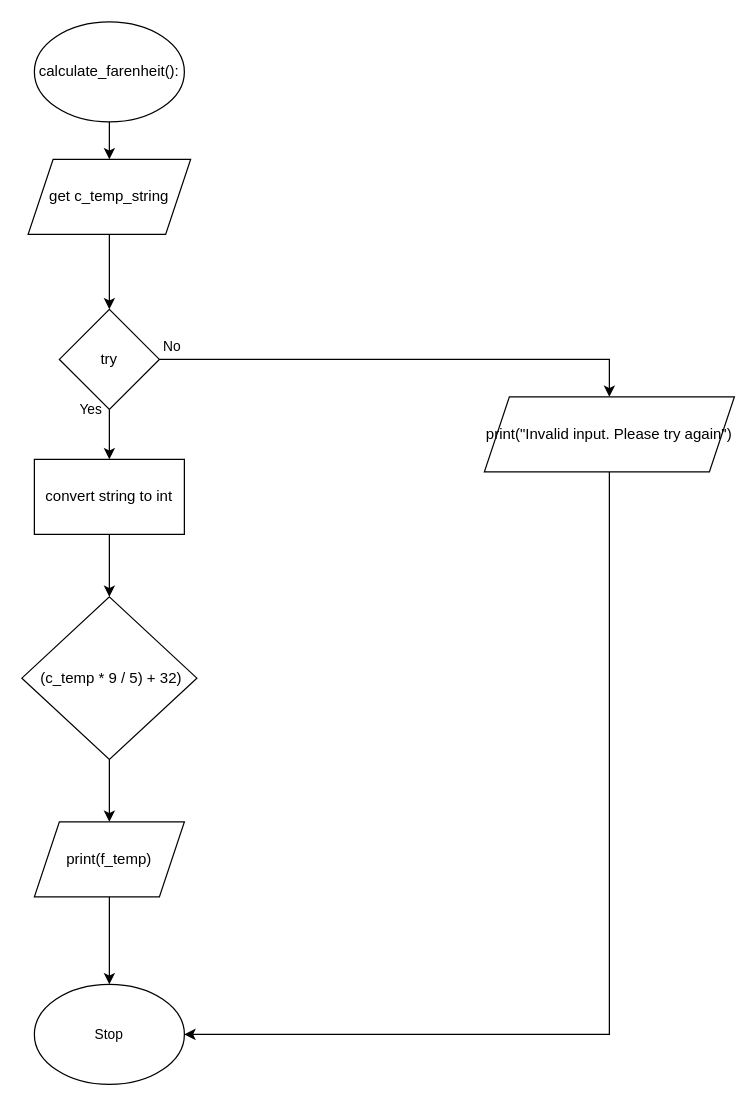
This is flowchart.drawio from Aleksandr-Ten/ICS3U-Unit5-02-Python, a draw.io file, before an edit. Source tidied: cells renumbered, new cells numbered last; positions are measured from the earlier drawing's top-left corner, leaving out a move shared by most shapes. Both pictures are drawn from the tidied source at 125%, with x=0, y=0 at pixel (21, 21).
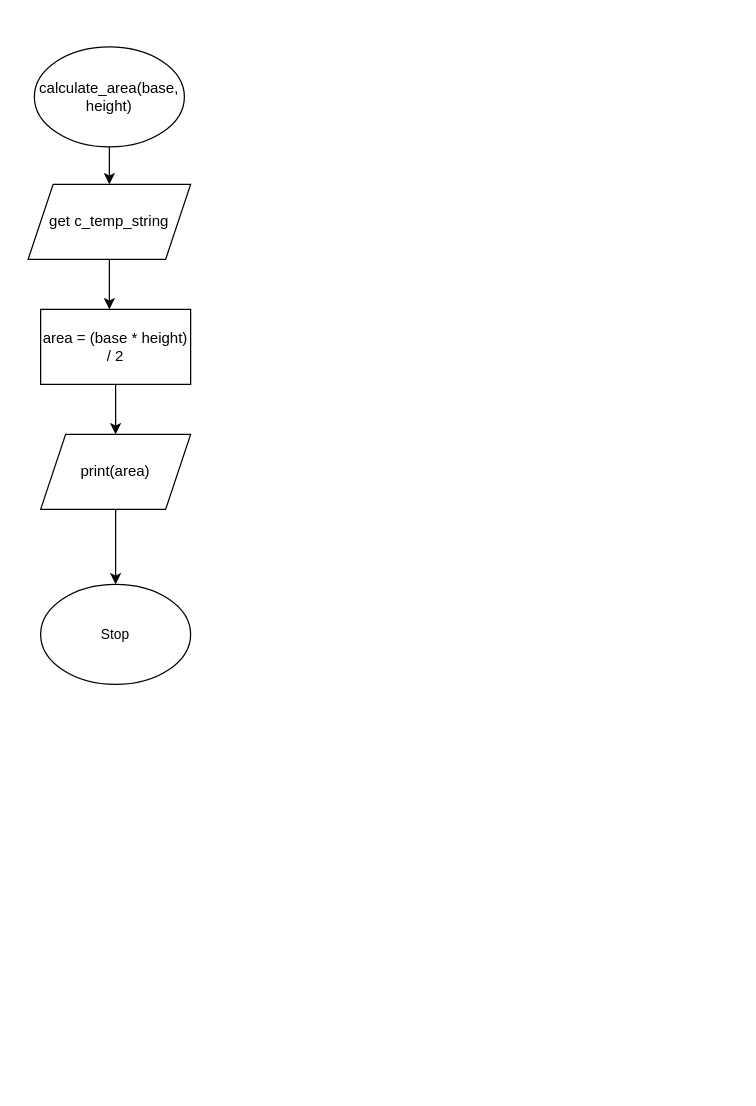
Above is the later version.

Diff of the diagram source:
```diff
@@
 <mxGraphModel>
   <root>
     <mxCell id="0" />
     <mxCell id="1" parent="0" />
     <mxCell id="2" style="edgeStyle=none;html=1;exitX=0.5;exitY=1;exitDx=0;exitDy=0;" parent="1" edge="1" source="3" target="5">
       <mxGeometry relative="1" as="geometry" />
     </mxCell>
-    <mxCell id="3" value="calculate_farenheit():" style="ellipse;whiteSpace=wrap;html=1;" parent="1" vertex="1">
-      <mxGeometry x="10" width="120" height="80" as="geometry" />
+    <mxCell id="3" value="calculate_area(base, height)" style="ellipse;whiteSpace=wrap;html=1;" parent="1" vertex="1">
+      <mxGeometry x="10" y="20" width="120" height="80" as="geometry" />
     </mxCell>
-    <mxCell id="4" style="edgeStyle=none;html=1;exitX=0.5;exitY=1;exitDx=0;exitDy=0;" parent="1" edge="1" source="5" target="8">
-      <mxGeometry relative="1" as="geometry" />
+    <mxCell id="4" style="edgeStyle=none;html=1;exitX=0.5;exitY=1;exitDx=0;exitDy=0;" parent="1" edge="1" source="5">
+      <mxGeometry relative="1" as="geometry">
+        <mxPoint x="70" y="230" as="targetPoint" />
+      </mxGeometry>
     </mxCell>
     <mxCell id="5" value="get c_temp_string" style="shape=parallelogram;perimeter=parallelogramPerimeter;whiteSpace=wrap;html=1;fixedSize=1;" parent="1" vertex="1">
-      <mxGeometry x="5" y="110" width="130" height="60" as="geometry" />
+      <mxGeometry x="5" y="130" width="130" height="60" as="geometry" />
     </mxCell>
-    <mxCell id="6" style="edgeStyle=none;html=1;exitX=0.5;exitY=1;exitDx=0;exitDy=0;" parent="1" edge="1" source="8" target="10">
-      <mxGeometry relative="1" as="geometry" />
-    </mxCell>
-    <mxCell id="7" style="edgeStyle=orthogonalEdgeStyle;html=1;exitX=1;exitY=0.5;exitDx=0;exitDy=0;entryX=0.5;entryY=0;entryDx=0;entryDy=0;rounded=0;" parent="1" edge="1" source="8" target="16">
-      <mxGeometry relative="1" as="geometry" />
-    </mxCell>
-    <mxCell id="8" value="try" style="rhombus;whiteSpace=wrap;html=1;" parent="1" vertex="1">
-      <mxGeometry x="30" y="230" width="80" height="80" as="geometry" />
-    </mxCell>
-    <mxCell id="9" style="edgeStyle=none;html=1;exitX=0.5;exitY=1;exitDx=0;exitDy=0;" parent="1" edge="1" source="10" target="12">
-      <mxGeometry relative="1" as="geometry" />
-    </mxCell>
-    <mxCell id="10" value="convert string to int" style="rounded=0;whiteSpace=wrap;html=1;" parent="1" vertex="1">
-      <mxGeometry x="10" y="350" width="120" height="60" as="geometry" />
-    </mxCell>
-    <mxCell id="11" style="edgeStyle=none;html=1;exitX=0.5;exitY=1;exitDx=0;exitDy=0;" parent="1" edge="1" source="12" target="14">
-      <mxGeometry relative="1" as="geometry" />
-    </mxCell>
-    <mxCell id="12" value="&amp;nbsp;(c_temp * 9 / 5) + 32)" style="rhombus;whiteSpace=wrap;html=1;" parent="1" vertex="1">
-      <mxGeometry y="460" width="140" height="130" as="geometry" />
-    </mxCell>
     <mxCell id="13" style="edgeStyle=orthogonalEdgeStyle;shape=connector;rounded=0;html=1;exitX=0.5;exitY=1;exitDx=0;exitDy=0;labelBackgroundColor=default;fontFamily=Helvetica;fontSize=11;fontColor=default;endArrow=classic;strokeColor=default;" parent="1" edge="1" source="14" target="17">
       <mxGeometry relative="1" as="geometry" />
     </mxCell>
-    <mxCell id="14" value="print(f_temp)" style="shape=parallelogram;perimeter=parallelogramPerimeter;whiteSpace=wrap;html=1;fixedSize=1;" parent="1" vertex="1">
-      <mxGeometry x="10" y="640" width="120" height="60" as="geometry" />
+    <mxCell id="14" value="print(area)" style="shape=parallelogram;perimeter=parallelogramPerimeter;whiteSpace=wrap;html=1;fixedSize=1;" parent="1" vertex="1">
+      <mxGeometry x="15" y="330" width="120" height="60" as="geometry" />
     </mxCell>
-    <mxCell id="15" style="edgeStyle=orthogonalEdgeStyle;shape=connector;rounded=0;html=1;exitX=0.5;exitY=1;exitDx=0;exitDy=0;entryX=1;entryY=0.5;entryDx=0;entryDy=0;labelBackgroundColor=default;fontFamily=Helvetica;fontSize=11;fontColor=default;endArrow=classic;strokeColor=default;" parent="1" edge="1" source="16" target="17">
-      <mxGeometry relative="1" as="geometry" />
-    </mxCell>
-    <mxCell id="16" value="print(&quot;Invalid input. Please try again&quot;)" style="shape=parallelogram;perimeter=parallelogramPerimeter;whiteSpace=wrap;html=1;fixedSize=1;" parent="1" vertex="1">
-      <mxGeometry x="370" y="300" width="200" height="60" as="geometry" />
-    </mxCell>
     <mxCell id="17" value="Stop" style="ellipse;whiteSpace=wrap;html=1;fontFamily=Helvetica;fontSize=11;fontColor=default;" parent="1" vertex="1">
-      <mxGeometry x="10" y="770" width="120" height="80" as="geometry" />
+      <mxGeometry x="15" y="450" width="120" height="80" as="geometry" />
     </mxCell>
-    <mxCell id="18" value="No" style="text;html=1;align=center;verticalAlign=middle;fillColor=none;strokeColor=none;rounded=0;fontFamily=Helvetica;fontSize=11;fontColor=default;" parent="1" vertex="1">
-      <mxGeometry x="105" y="250" width="30" height="20" as="geometry" />
-    </mxCell>
-    <mxCell id="19" value="Yes" style="text;html=1;align=center;verticalAlign=middle;fillColor=none;strokeColor=none;rounded=0;fontFamily=Helvetica;fontSize=11;fontColor=default;" parent="1" vertex="1">
-      <mxGeometry x="40" y="300" width="30" height="20" as="geometry" />
-    </mxCell>
+    <mxCell id="20" style="edgeStyle=none;html=1;exitX=0.5;exitY=1;exitDx=0;exitDy=0;" parent="1" edge="1" source="21" target="14">
+      <mxGeometry relative="1" as="geometry" />
+    </mxCell>
+    <mxCell id="21" value="area = (base * height) / 2" style="rounded=0;whiteSpace=wrap;html=1;" parent="1" vertex="1">
+      <mxGeometry x="15" y="230" width="120" height="60" as="geometry" />
+    </mxCell>
   </root>
 </mxGraphModel>
```
